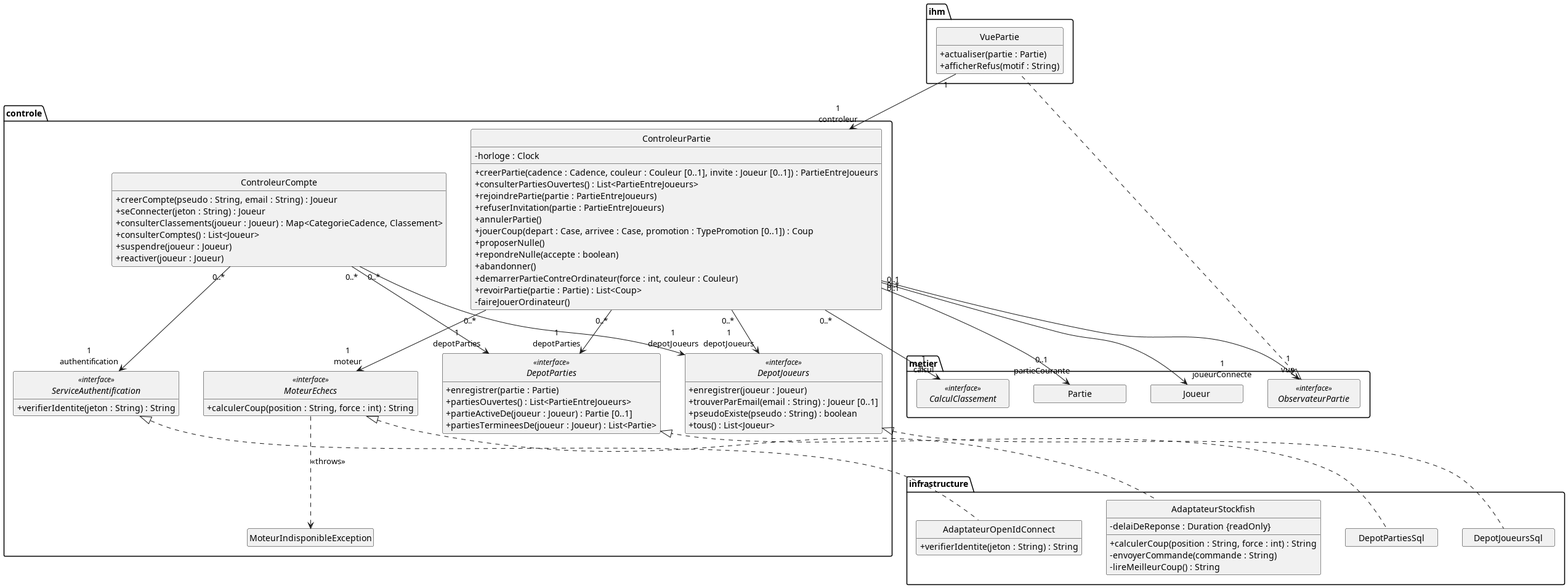
Before: diagrams/classes-conception-controle.png, a diagram exported from PlantUML (kevinBissouth/projet_echecs_tic315). Its diagram source:
```plantuml
@startuml classes-conception-controle

hide circle
hide empty members
skinparam classAttributeIconSize 0
skinparam nodesep 40
skinparam ranksep 70
skinparam minClassWidth 150

package ihm {
  class VuePartie {
    + actualiser(partie : Partie)
    + afficherRefus(motif : String)
  }
}

package controle {
  class ControleurPartie {
    - horloge : Clock
    + creerPartie(cadence : Cadence, couleur : Couleur [0..1], invite : Joueur [0..1]) : PartieEntreJoueurs
    + consulterPartiesOuvertes() : List<PartieEntreJoueurs>
    + rejoindrePartie(partie : PartieEntreJoueurs)
    + refuserInvitation(partie : PartieEntreJoueurs)
    + annulerPartie()
    + jouerCoup(depart : Case, arrivee : Case, promotion : TypePromotion [0..1]) : Coup
    + proposerNulle()
    + repondreNulle(accepte : boolean)
    + abandonner()
    + demarrerPartieContreOrdinateur(force : int, couleur : Couleur)
    + revoirPartie(partie : Partie) : List<Coup>
    - faireJouerOrdinateur()
  }

  class ControleurCompte {
    + creerCompte(pseudo : String, email : String) : Joueur
    + seConnecter(jeton : String) : Joueur
    + consulterClassements(joueur : Joueur) : Map<CategorieCadence, Classement>
    + consulterComptes() : List<Joueur>
    + suspendre(joueur : Joueur)
    + reactiver(joueur : Joueur)
  }

  interface MoteurEchecs <<interface>> {
    + calculerCoup(position : String, force : int) : String
  }

  interface ServiceAuthentification <<interface>> {
    + verifierIdentite(jeton : String) : String
  }

  interface DepotParties <<interface>> {
    + enregistrer(partie : Partie)
    + partiesOuvertes() : List<PartieEntreJoueurs>
    + partieActiveDe(joueur : Joueur) : Partie [0..1]
    + partiesTermineesDe(joueur : Joueur) : List<Partie>
  }

  interface DepotJoueurs <<interface>> {
    + enregistrer(joueur : Joueur)
    + trouverParEmail(email : String) : Joueur [0..1]
    + pseudoExiste(pseudo : String) : boolean
    + tous() : List<Joueur>
  }

  class MoteurIndisponibleException
}

package infrastructure {
  class AdaptateurStockfish {
    - delaiDeReponse : Duration {readOnly}
    + calculerCoup(position : String, force : int) : String
    - envoyerCommande(commande : String)
    - lireMeilleurCoup() : String
  }

  class AdaptateurOpenIdConnect {
    + verifierIdentite(jeton : String) : String
  }

  class DepotPartiesSql
  class DepotJoueursSql
}

package metier {
  class Partie
  class Joueur
  interface ObservateurPartie <<interface>>
  interface CalculClassement <<interface>>
}

ObservateurPartie <|.. VuePartie
MoteurEchecs <|.. AdaptateurStockfish
ServiceAuthentification <|.. AdaptateurOpenIdConnect
DepotParties <|.. DepotPartiesSql
DepotJoueurs <|.. DepotJoueursSql

VuePartie "1" --> "1\ncontroleur" ControleurPartie
ControleurPartie "0..1" --> "1\nvue" ObservateurPartie
ControleurPartie "0..1" --> "1\njoueurConnecte" Joueur
ControleurPartie "0..*" --> "0..1\npartieCourante" Partie
ControleurPartie "0..*" --> "1\nmoteur" MoteurEchecs
ControleurPartie "0..*" --> "1\ncalcul" CalculClassement
ControleurPartie "0..*" --> "1\ndepotParties" DepotParties
ControleurPartie "0..*" --> "1\ndepotJoueurs" DepotJoueurs
ControleurCompte "0..*" --> "1\nauthentification" ServiceAuthentification
ControleurCompte "0..*" --> "1\ndepotJoueurs" DepotJoueurs
ControleurCompte "0..*" --> "1\ndepotParties" DepotParties

MoteurEchecs ..> MoteurIndisponibleException : <<throws>>

@enduml
```
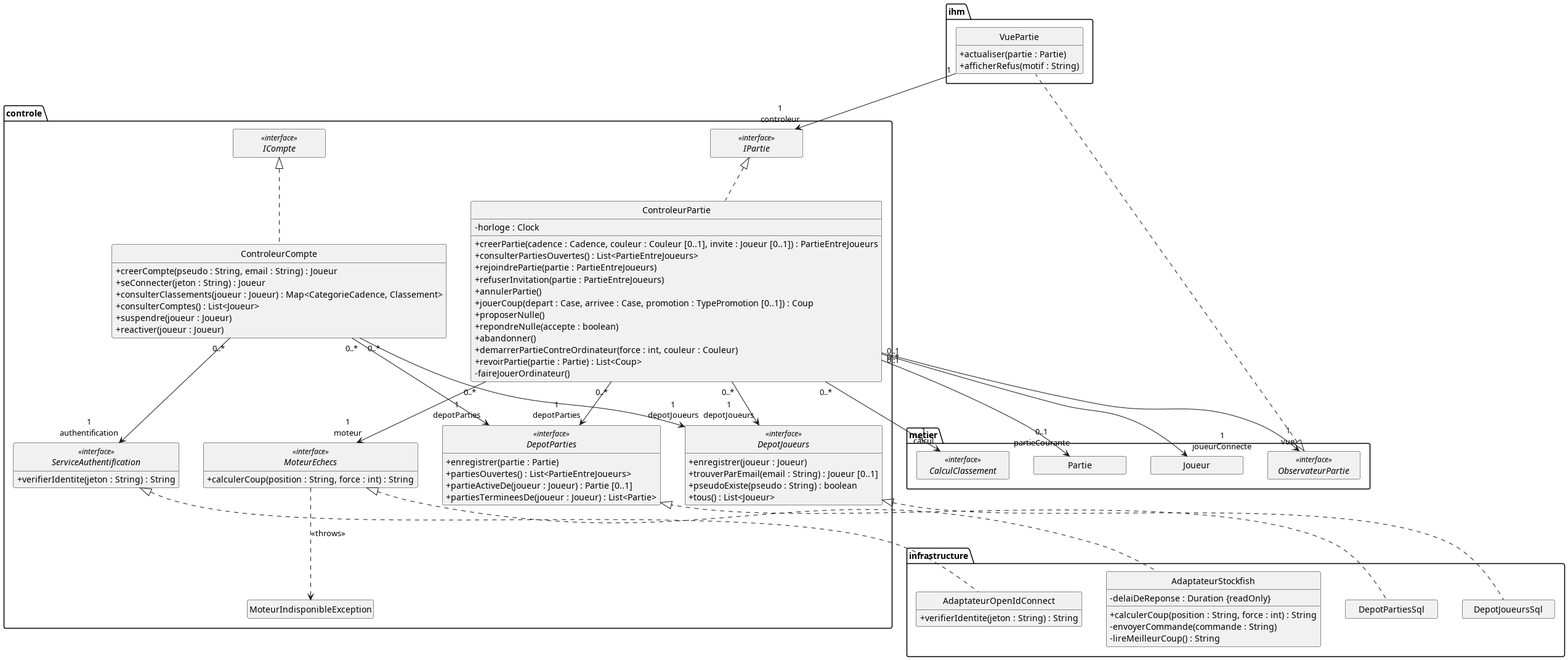
After the change.

What changed in the source:
```diff
@@ -30,6 +30,9 @@
     + revoirPartie(partie : Partie) : List<Coup>
     - faireJouerOrdinateur()
   }
+
+  interface IPartie <<interface>>
+  interface ICompte <<interface>>
 
   class ControleurCompte {
     + creerCompte(pseudo : String, email : String) : Joueur
@@ -89,12 +92,14 @@
 }
 
 ObservateurPartie <|.. VuePartie
+IPartie <|.. ControleurPartie
+ICompte <|.. ControleurCompte
 MoteurEchecs <|.. AdaptateurStockfish
 ServiceAuthentification <|.. AdaptateurOpenIdConnect
 DepotParties <|.. DepotPartiesSql
 DepotJoueurs <|.. DepotJoueursSql
 
-VuePartie "1" --> "1\ncontroleur" ControleurPartie
+VuePartie "1" --> "1\ncontroleur" IPartie
 ControleurPartie "0..1" --> "1\nvue" ObservateurPartie
 ControleurPartie "0..1" --> "1\njoueurConnecte" Joueur
 ControleurPartie "0..*" --> "0..1\npartieCourante" Partie
```
